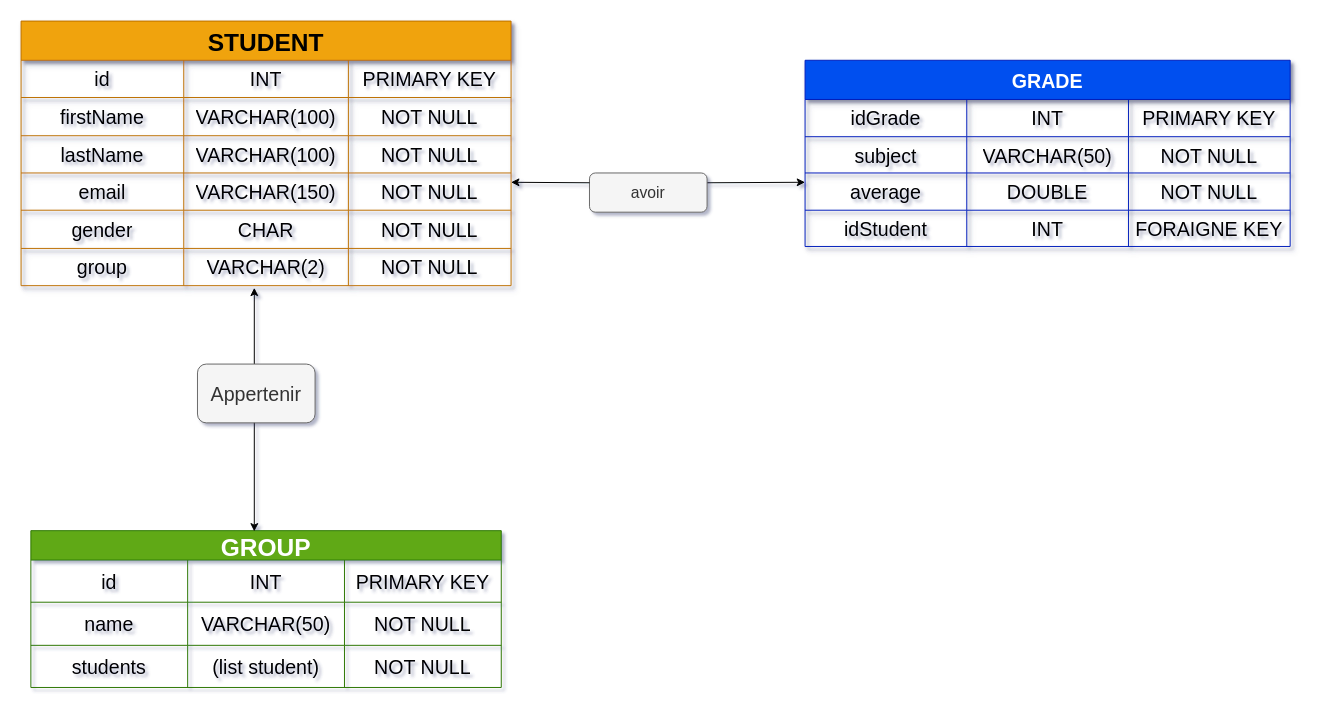
Above: image/Base.drawio in Daris02/SpringProject (draw.io), before the change. Source tidied: cells renumbered, new cells numbered last; positions are measured from the earlier drawing's top-left corner, leaving out a move shared by most shapes. Both pictures are drawn from the tidied source at 98%, with x=0, y=0 at pixel (21, 21).
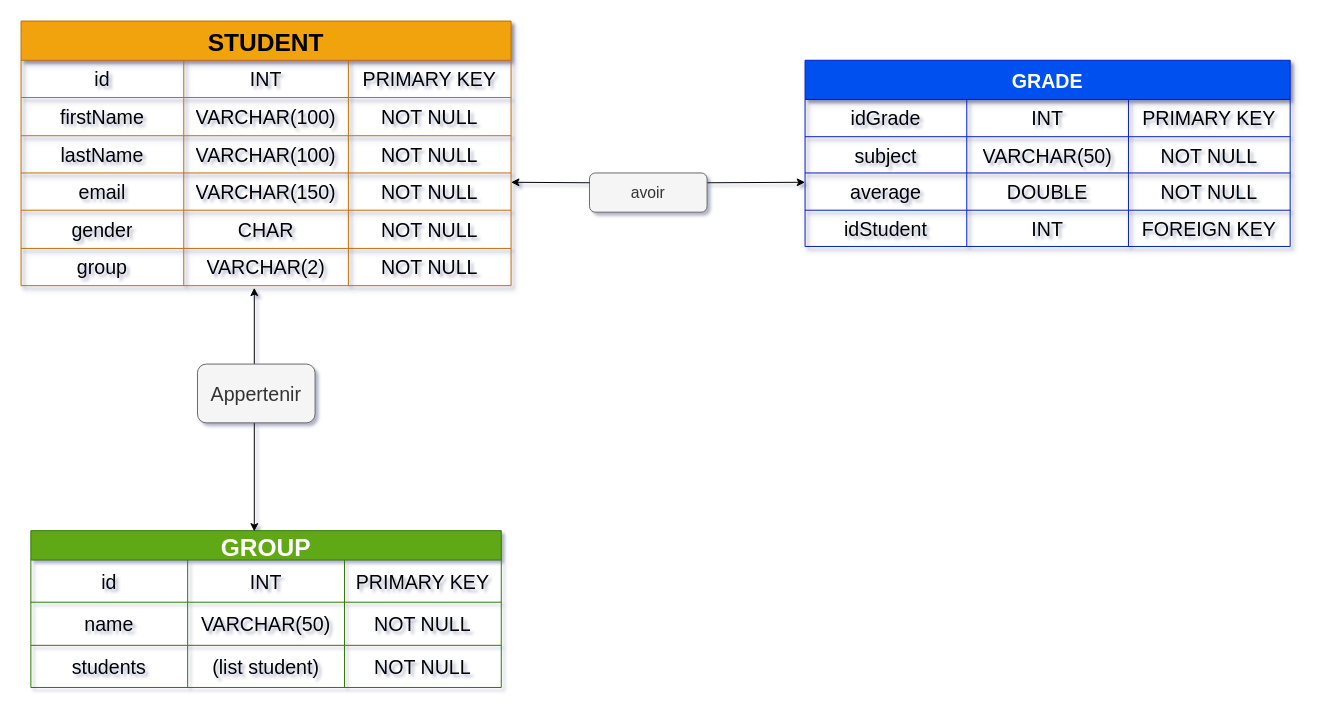
The same diagram, later.

Unchanged cells that the change refers to:
```xml
<mxCell id="40" style="shape=partialRectangle;html=1;whiteSpace=wrap;fillColor=none;top=0;left=0;bottom=0;right=0;shadow=1;fontSize=20;rounded=0;" parent="27" vertex="1">
  <mxGeometry y="153" width="495" height="37" as="geometry" />
</mxCell>
```

Diff of the diagram source:
```diff
@@
-<mxGraphModel background="#FFFFFF" shadow="1">
+<mxGraphModel background="#ffffff" shadow="1">
@@
-    <mxCell id="43" value="FORAIGNE KEY" style="shape=partialRectangle;html=1;whiteSpace=wrap;fillColor=none;top=0;left=0;bottom=0;right=0;overflow=hidden;shadow=1;fontSize=20;rounded=0;" parent="40" vertex="1">
+    <mxCell id="43" value="FOREIGN KEY" style="shape=partialRectangle;html=1;whiteSpace=wrap;fillColor=none;top=0;left=0;bottom=0;right=0;overflow=hidden;shadow=1;fontSize=20;rounded=0;" parent="40" vertex="1">
       <mxGeometry x="330" width="165" height="37" as="geometry" />
     </mxCell>
```
